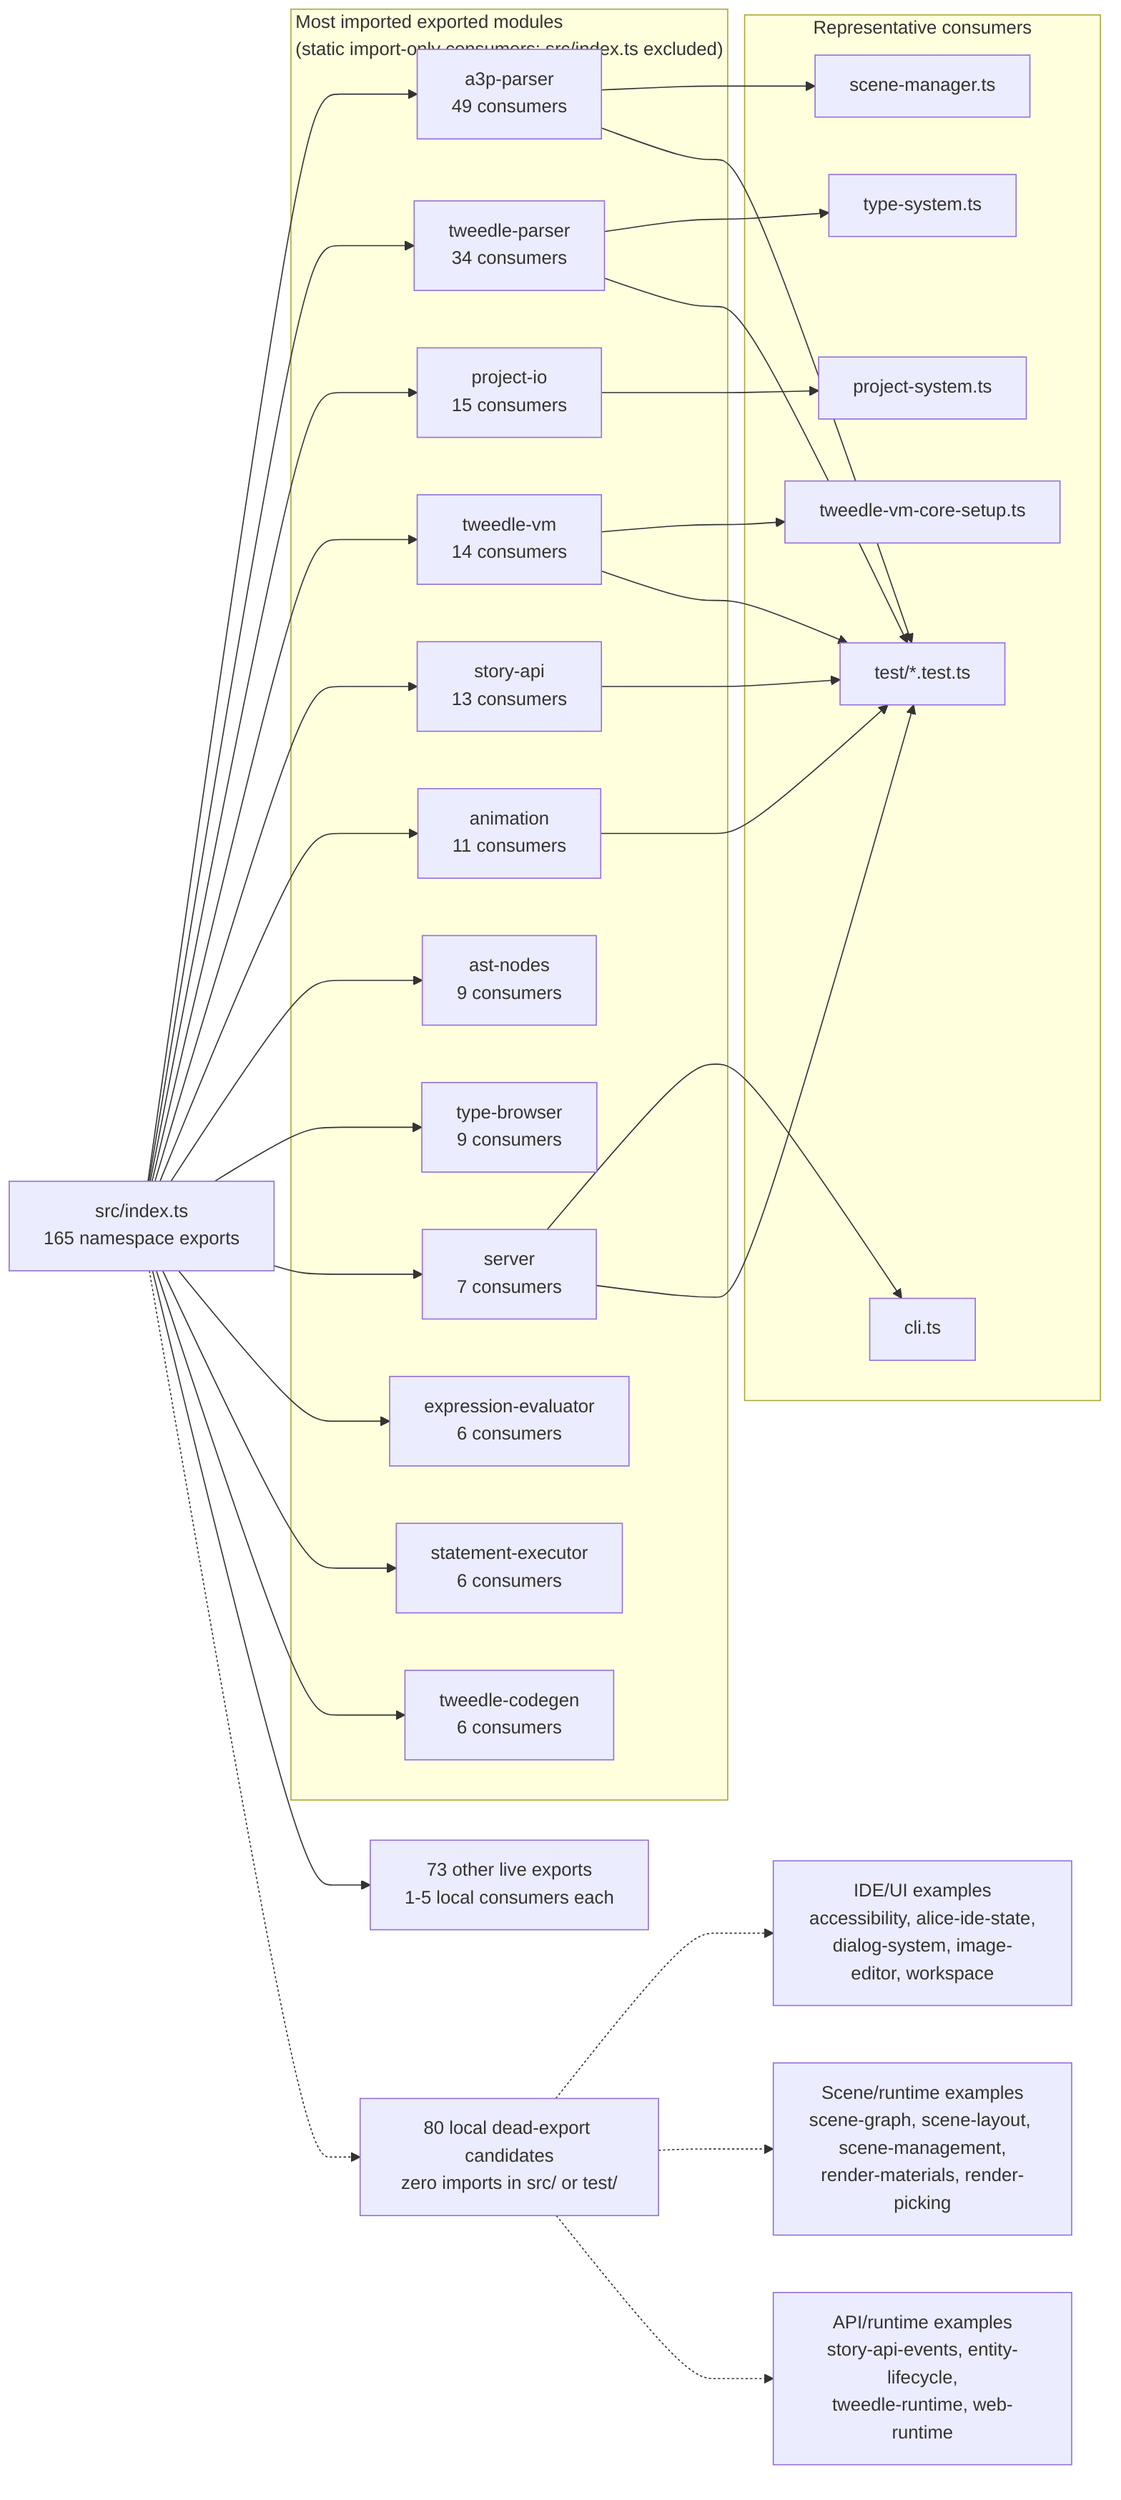
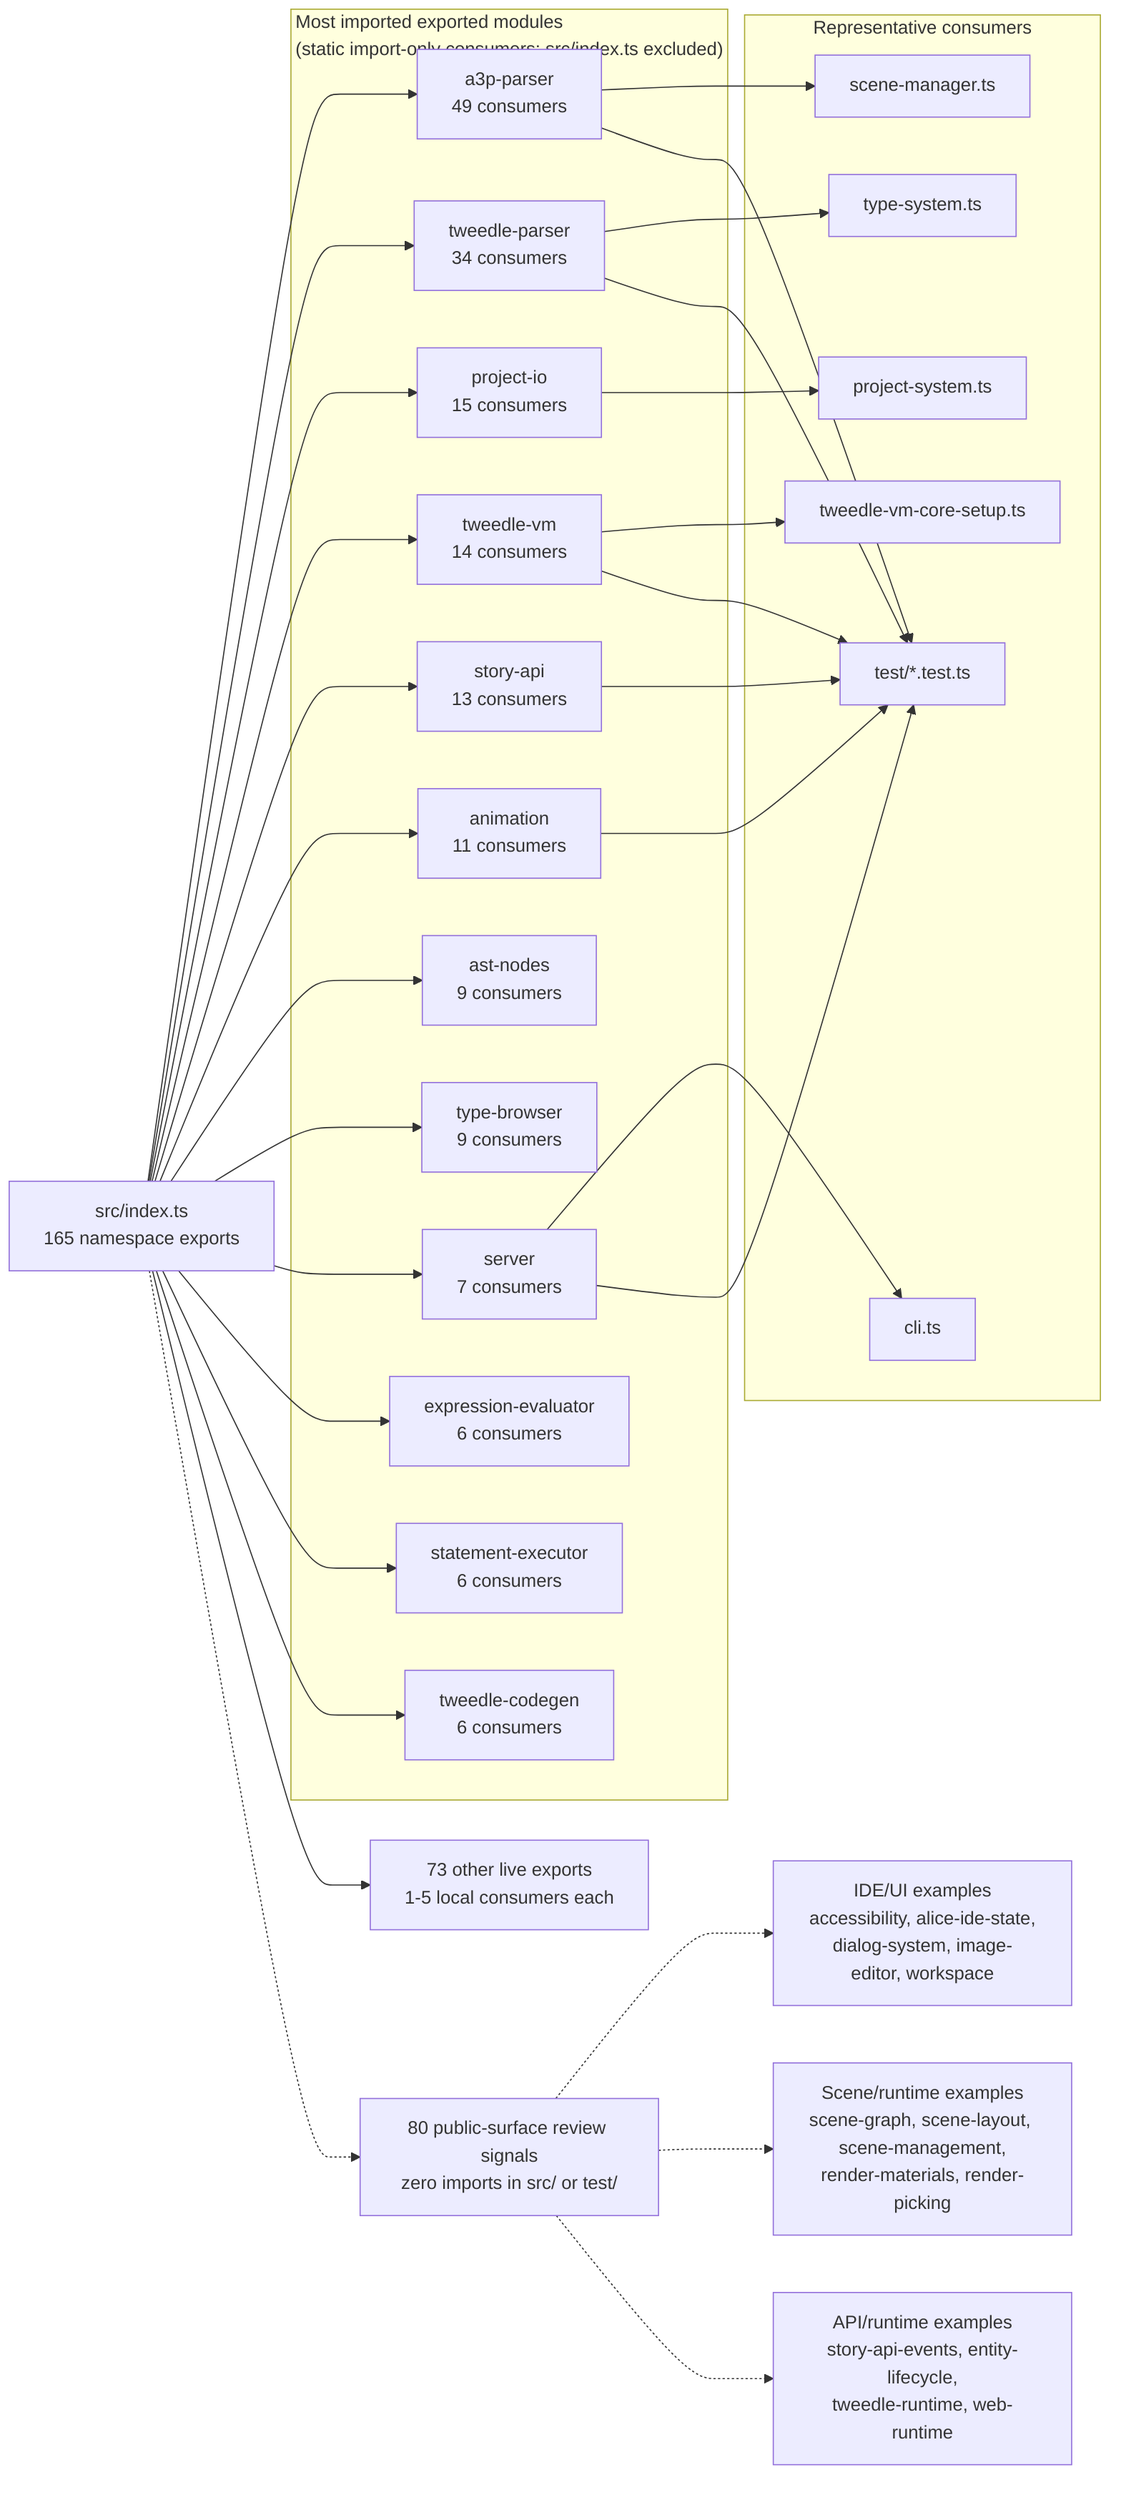
graph LR
  barrel["src/index.ts<br/>165 namespace exports"]

  subgraph hot["Most imported exported modules<br/>(static import-only consumers; src/index.ts excluded)"]
    a3p["a3p-parser<br/>49 consumers"]
    twParser["tweedle-parser<br/>34 consumers"]
    projIo["project-io<br/>15 consumers"]
    twVm["tweedle-vm<br/>14 consumers"]
    story["story-api<br/>13 consumers"]
    anim["animation<br/>11 consumers"]
    ast["ast-nodes<br/>9 consumers"]
    typeBrowser["type-browser<br/>9 consumers"]
    server["server<br/>7 consumers"]
    expr["expression-evaluator<br/>6 consumers"]
    stmt["statement-executor<br/>6 consumers"]
    codegen["tweedle-codegen<br/>6 consumers"]
  end

  otherLive["73 other live exports<br/>1-5 local consumers each"]

  subgraph consumers["Representative consumers"]
    sceneMgr["scene-manager.ts"]
    projectSystem["project-system.ts"]
    typeSystem["type-system.ts"]
    cli["cli.ts"]
    vmSetup["tweedle-vm-core-setup.ts"]
    tests["test/*.test.ts"]
  end

-   deadSummary["80 local dead-export candidates<br/>zero imports in src/ or test/"]
-   deadUi["IDE/UI examples<br/>accessibility, alice-ide-state,<br/>dialog-system, image-editor, workspace"]
-   deadScene["Scene/runtime examples<br/>scene-graph, scene-layout, scene-management,<br/>render-materials, render-picking"]
-   deadApi["API/runtime examples<br/>story-api-events, entity-lifecycle,<br/>tweedle-runtime, web-runtime"]
+   apiReviewSummary["80 public-surface review signals<br/>zero imports in src/ or test/"]
+   apiReviewUi["IDE/UI examples<br/>accessibility, alice-ide-state,<br/>dialog-system, image-editor, workspace"]
+   apiReviewScene["Scene/runtime examples<br/>scene-graph, scene-layout, scene-management,<br/>render-materials, render-picking"]
+   apiReviewRuntime["API/runtime examples<br/>story-api-events, entity-lifecycle,<br/>tweedle-runtime, web-runtime"]

  barrel --> a3p
  barrel --> twParser
  barrel --> projIo
  barrel --> twVm
  barrel --> story
  barrel --> anim
  barrel --> ast
  barrel --> typeBrowser
  barrel --> server
  barrel --> expr
  barrel --> stmt
  barrel --> codegen
  barrel --> otherLive

  a3p --> sceneMgr
  a3p --> tests
  twParser --> typeSystem
  twParser --> tests
  projIo --> projectSystem
  twVm --> vmSetup
  twVm --> tests
  server --> cli
  server --> tests
  story --> tests
  anim --> tests

-   barrel -.-> deadSummary
-   deadSummary -.-> deadUi
-   deadSummary -.-> deadScene
-   deadSummary -.-> deadApi
+   barrel -.-> apiReviewSummary
+   apiReviewSummary -.-> apiReviewUi
+   apiReviewSummary -.-> apiReviewScene
+   apiReviewSummary -.-> apiReviewRuntime
